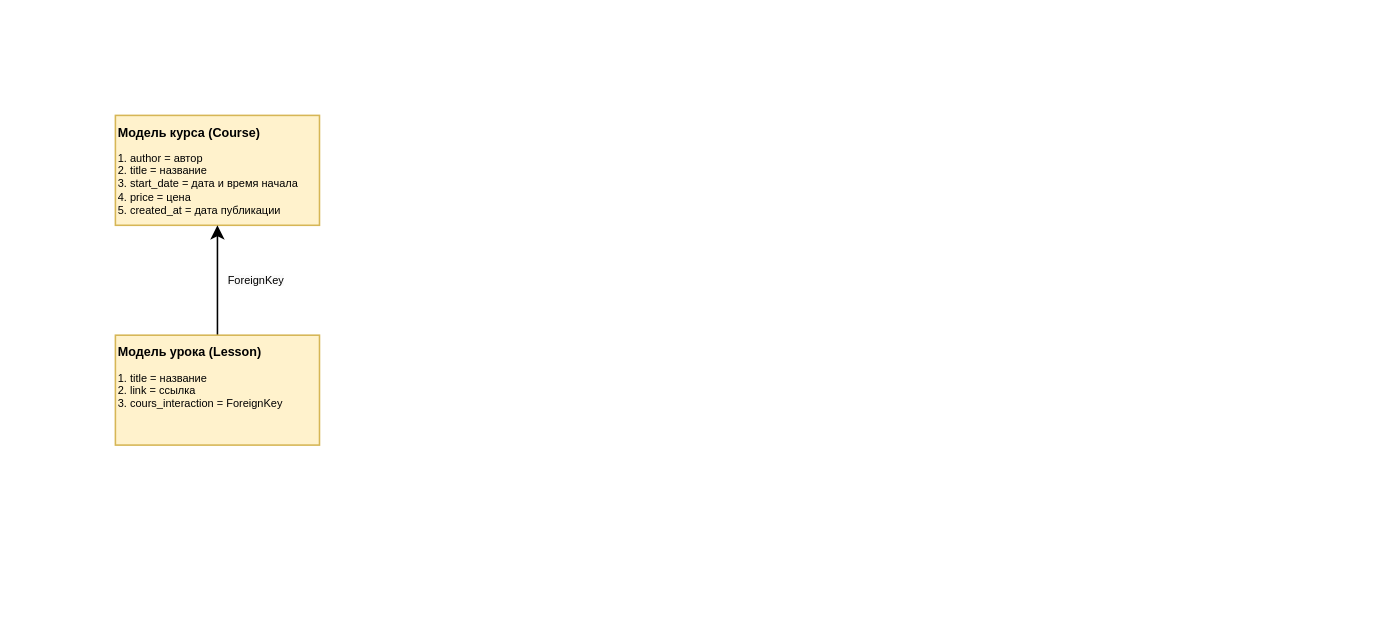
minkeviiich/TestWeather keeps this draw.io diagram as Диаграмма без названия.drawio. Above is the earlier version. Source tidied: cells renumbered, new cells numbered last; positions are measured from the earlier drawing's top-left corner, leaving out a move shared by most shapes. Both pictures are drawn from the tidied source at 157%, with x=0, y=0 at pixel (115, 115).
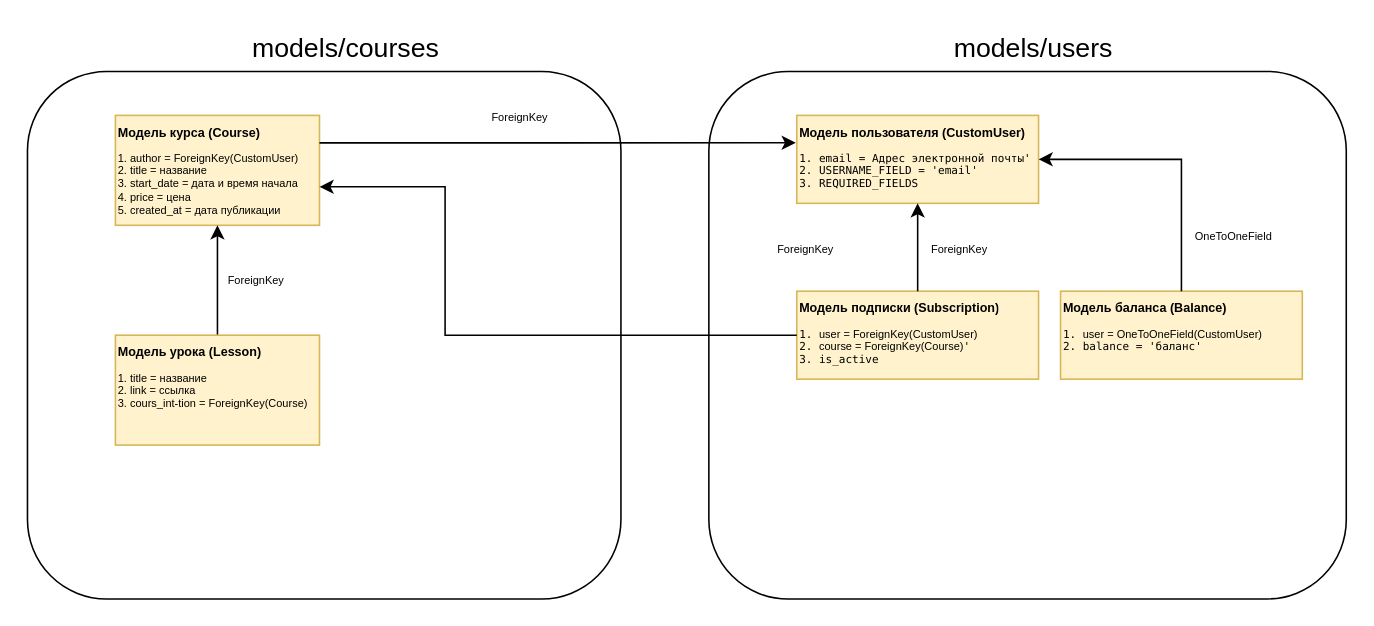
Above is the later version.

The edit, as a diff of the source:
```diff
@@
+    <mxCell id="8" style="rounded=1;whiteSpace=wrap;html=1;" parent="1" vertex="1">
+      <mxGeometry x="-56" y="-28" width="378" height="336" as="geometry" />
+    </mxCell>
@@
-    <mxCell id="3" value="&lt;h1 style=&quot;margin-top: 0px; font-size: 8px;&quot;&gt;Модель курса (Course)&lt;/h1&gt;&lt;p style=&quot;font-size: 7px;&quot;&gt;&lt;font style=&quot;font-size: 7px;&quot;&gt;1. author = автор&lt;br&gt;2. title = название&lt;br&gt;3. start_date = дата и время начала&amp;nbsp;&lt;br&gt;4. price = цена&lt;br&gt;5. created_at = дата публикации&lt;/font&gt;&lt;/p&gt;" style="text;html=1;whiteSpace=wrap;overflow=hidden;rounded=0;" parent="1" vertex="1">
+    <mxCell id="3" value="&lt;h1 style=&quot;margin-top: 0px; font-size: 8px;&quot;&gt;Модель курса (Course)&lt;/h1&gt;&lt;p style=&quot;font-size: 7px;&quot;&gt;&lt;font style=&quot;font-size: 7px;&quot;&gt;1. author = ForeignKey(CustomUser)&lt;br&gt;2. title = название&lt;br&gt;3. start_date = дата и время начала&amp;nbsp;&lt;br&gt;4. price = цена&lt;br&gt;5. created_at = дата публикации&lt;/font&gt;&lt;/p&gt;" style="text;html=1;whiteSpace=wrap;overflow=hidden;rounded=0;" parent="1" vertex="1">
       <mxGeometry width="130" height="70" as="geometry" />
     </mxCell>
@@
-    <mxCell id="6" value="&lt;h1 style=&quot;margin-top: 0px; font-size: 8px;&quot;&gt;Модель урока (Lesson)&lt;/h1&gt;&lt;p style=&quot;font-size: 7px;&quot;&gt;&lt;font style=&quot;font-size: 7px;&quot;&gt;1. title = название&lt;br&gt;2. link = ссылка&lt;br&gt;3. cours_interaction = ForeignKey&amp;nbsp;&amp;nbsp;&lt;br&gt;&lt;br&gt;&lt;/font&gt;&lt;/p&gt;" style="text;html=1;whiteSpace=wrap;overflow=hidden;rounded=0;" parent="1" vertex="1">
-      <mxGeometry y="140" width="130" height="50" as="geometry" />
+    <mxCell id="6" value="&lt;h1 style=&quot;margin-top: 0px; font-size: 8px;&quot;&gt;Модель урока (Lesson)&lt;/h1&gt;&lt;p style=&quot;font-size: 7px;&quot;&gt;&lt;font style=&quot;font-size: 7px;&quot;&gt;1. title = название&lt;br&gt;2. link = ссылка&lt;br&gt;3. cours_int-tion = ForeignKey(Course)&amp;nbsp;&amp;nbsp;&lt;br&gt;&lt;br&gt;&lt;/font&gt;&lt;/p&gt;" style="text;html=1;whiteSpace=wrap;overflow=hidden;rounded=0;" parent="1" vertex="1">
+      <mxGeometry y="140" width="130" height="56" as="geometry" />
     </mxCell>
-    <mxCell id="7" value="&lt;span style=&quot;color: rgb(0, 0, 0); font-family: Helvetica; font-size: 7px; font-style: normal; font-variant-ligatures: normal; font-variant-caps: normal; font-weight: 400; letter-spacing: normal; orphans: 2; text-align: left; text-indent: 0px; text-transform: none; widows: 2; word-spacing: 0px; -webkit-text-stroke-width: 0px; white-space: normal; background-color: rgb(251, 251, 251); text-decoration-thickness: initial; text-decoration-style: initial; text-decoration-color: initial; display: inline !important; float: none;&quot;&gt;ForeignKey&lt;/span&gt;" style="text;whiteSpace=wrap;html=1;" parent="1" vertex="1">
-      <mxGeometry x="70" y="90" width="70" height="40" as="geometry" />
-    </mxCell>
+    <mxCell id="9" value="&lt;font style=&quot;font-size: 17px;&quot;&gt;models/courses&lt;/font&gt;" style="text;html=1;align=center;verticalAlign=middle;whiteSpace=wrap;rounded=0;" parent="1" vertex="1">
+      <mxGeometry x="91" y="-56" width="112" height="28" as="geometry" />
+    </mxCell>
+    <mxCell id="10" style="rounded=1;whiteSpace=wrap;html=1;" parent="1" vertex="1">
+      <mxGeometry x="378" y="-28" width="406" height="336" as="geometry" />
+    </mxCell>
+    <mxCell id="11" value="&lt;font style=&quot;font-size: 17px;&quot;&gt;models/users&lt;/font&gt;" style="text;html=1;align=center;verticalAlign=middle;whiteSpace=wrap;rounded=0;" parent="1" vertex="1">
+      <mxGeometry x="529" y="-56" width="112" height="28" as="geometry" />
+    </mxCell>
+    <mxCell id="12" value="&lt;h1 style=&quot;line-height: 19px; white-space: pre;&quot;&gt;&lt;br&gt;&lt;/h1&gt;" style="rounded=0;whiteSpace=wrap;html=1;labelBackgroundColor=none;fillColor=#fff2cc;strokeColor=#d6b656;align=center;fontColor=default;verticalAlign=bottom;" parent="1" vertex="1">
+      <mxGeometry x="434" width="154" height="56" as="geometry" />
+    </mxCell>
+    <mxCell id="13" value="&lt;h1 style=&quot;margin-top: 0px; font-size: 8px;&quot;&gt;Модель пользователя (CustomUser)&lt;/h1&gt;&lt;p style=&quot;font-size: 7px;&quot;&gt;&lt;span style=&quot;font-family: &amp;quot;Droid Sans Mono&amp;quot;, &amp;quot;monospace&amp;quot;, monospace; white-space: pre;&quot;&gt;1. email = &lt;/span&gt;&lt;span style=&quot;font-family: &amp;quot;Droid Sans Mono&amp;quot;, &amp;quot;monospace&amp;quot;, monospace; white-space: pre;&quot;&gt;Адрес электронной почты'&lt;/span&gt;&lt;span style=&quot;font-family: &amp;quot;Droid Sans Mono&amp;quot;, &amp;quot;monospace&amp;quot;, monospace; white-space: pre;&quot;&gt;&lt;br&gt;&lt;/span&gt;&lt;span style=&quot;font-family: &amp;quot;Droid Sans Mono&amp;quot;, &amp;quot;monospace&amp;quot;, monospace; white-space: pre;&quot;&gt;2. USERNAME_FIELD = 'email'&lt;br&gt;&lt;/span&gt;&lt;span style=&quot;font-family: &amp;quot;Droid Sans Mono&amp;quot;, &amp;quot;monospace&amp;quot;, monospace; white-space: pre;&quot;&gt;3. REQUIRED_FIELDS &lt;/span&gt;&lt;br&gt;&lt;/p&gt;" style="text;html=1;whiteSpace=wrap;overflow=hidden;rounded=0;" parent="1" vertex="1">
+      <mxGeometry x="434" width="154" height="56" as="geometry" />
+    </mxCell>
+    <mxCell id="14" value="&lt;h1 style=&quot;line-height: 19px; white-space: pre;&quot;&gt;&lt;br&gt;&lt;/h1&gt;" style="rounded=0;whiteSpace=wrap;html=1;labelBackgroundColor=none;fillColor=#fff2cc;strokeColor=#d6b656;align=center;fontColor=default;verticalAlign=bottom;" parent="1" vertex="1">
+      <mxGeometry x="434" y="112" width="154" height="56" as="geometry" />
+    </mxCell>
+    <mxCell id="15" style="edgeStyle=orthogonalEdgeStyle;rounded=0;jettySize=auto;html=1;exitX=0.5;exitY=0;exitDx=0;exitDy=0;entryX=0.5;entryY=1;entryDx=0;entryDy=0;" parent="1" edge="1" source="16" target="13">
+      <mxGeometry relative="1" as="geometry" />
+    </mxCell>
+    <mxCell id="16" value="&lt;h1 style=&quot;margin-top: 0px; font-size: 8px;&quot;&gt;Модель подписки (Subscription)&lt;/h1&gt;&lt;p style=&quot;font-size: 7px;&quot;&gt;&lt;span style=&quot;font-family: &amp;quot;Droid Sans Mono&amp;quot;, &amp;quot;monospace&amp;quot;, monospace; white-space: pre;&quot;&gt;1. &lt;/span&gt;user = ForeignKey(CustomUser)&lt;span style=&quot;font-family: &amp;quot;Droid Sans Mono&amp;quot;, &amp;quot;monospace&amp;quot;, monospace; white-space: pre;&quot;&gt;&lt;br&gt;&lt;/span&gt;&lt;span style=&quot;font-family: &amp;quot;Droid Sans Mono&amp;quot;, &amp;quot;monospace&amp;quot;, monospace; white-space: pre;&quot;&gt;2. &lt;/span&gt;course = ForeignKey(Course)&lt;span style=&quot;font-family: &amp;quot;Droid Sans Mono&amp;quot;, &amp;quot;monospace&amp;quot;, monospace; white-space: pre;&quot;&gt;'&lt;br&gt;&lt;/span&gt;&lt;span style=&quot;font-family: &amp;quot;Droid Sans Mono&amp;quot;, &amp;quot;monospace&amp;quot;, monospace; white-space: pre;&quot;&gt;3. is_active  &lt;/span&gt;&lt;br&gt;&lt;/p&gt;" style="text;html=1;whiteSpace=wrap;overflow=hidden;rounded=0;" parent="1" vertex="1">
+      <mxGeometry x="434" y="112" width="154" height="56" as="geometry" />
+    </mxCell>
+    <mxCell id="17" style="edgeStyle=orthogonalEdgeStyle;rounded=0;jettySize=auto;html=1;exitX=0;exitY=0.5;exitDx=0;exitDy=0;entryX=1;entryY=0.5;entryDx=0;entryDy=0;" parent="1" edge="1" source="16">
+      <mxGeometry relative="1" as="geometry">
+        <mxPoint x="130" y="45.5" as="targetPoint" />
+        <Array as="points">
+          <mxPoint x="434" y="140" />
+          <mxPoint x="210" y="140" />
+          <mxPoint x="210" y="45" />
+        </Array>
+      </mxGeometry>
+    </mxCell>
+    <mxCell id="18" value="&lt;h1 style=&quot;line-height: 19px; white-space: pre;&quot;&gt;&lt;br&gt;&lt;/h1&gt;" style="rounded=0;whiteSpace=wrap;html=1;labelBackgroundColor=none;fillColor=#fff2cc;strokeColor=#d6b656;align=center;fontColor=default;verticalAlign=bottom;" parent="1" vertex="1">
+      <mxGeometry x="602" y="112" width="154" height="56" as="geometry" />
+    </mxCell>
+    <mxCell id="19" style="edgeStyle=orthogonalEdgeStyle;rounded=0;jettySize=auto;html=1;exitX=0.5;exitY=0;exitDx=0;exitDy=0;entryX=1;entryY=0.5;entryDx=0;entryDy=0;" parent="1" edge="1" source="20" target="13">
+      <mxGeometry relative="1" as="geometry" />
+    </mxCell>
+    <mxCell id="20" value="&lt;h1 style=&quot;margin-top: 0px; font-size: 8px;&quot;&gt;Модель баланса (Balance)&lt;/h1&gt;&lt;p style=&quot;font-size: 7px;&quot;&gt;&lt;span style=&quot;font-family: &amp;quot;Droid Sans Mono&amp;quot;, &amp;quot;monospace&amp;quot;, monospace; white-space: pre;&quot;&gt;1. &lt;/span&gt;user = OneToOneField(CustomUser)&lt;span style=&quot;font-family: &amp;quot;Droid Sans Mono&amp;quot;, &amp;quot;monospace&amp;quot;, monospace; white-space: pre;&quot;&gt;&lt;br&gt;&lt;/span&gt;&lt;span style=&quot;font-family: &amp;quot;Droid Sans Mono&amp;quot;, &amp;quot;monospace&amp;quot;, monospace; white-space: pre;&quot;&gt;2. balance = 'баланс'&lt;br&gt;&lt;/span&gt;&lt;br&gt;&lt;/p&gt;" style="text;html=1;whiteSpace=wrap;overflow=hidden;rounded=0;" parent="1" vertex="1">
+      <mxGeometry x="602" y="112" width="154" height="56" as="geometry" />
+    </mxCell>
+    <mxCell id="21" value="&lt;span style=&quot;font-size: 7px;&quot;&gt;OneToOneField&lt;/span&gt;" style="text;whiteSpace=wrap;html=1;" parent="1" vertex="1">
+      <mxGeometry x="686" y="62" width="56" height="28" as="geometry" />
+    </mxCell>
+    <mxCell id="22" value="&lt;span style=&quot;font-size: 7px;&quot;&gt;ForeignKey&lt;/span&gt;" style="text;whiteSpace=wrap;html=1;" parent="1" vertex="1">
+      <mxGeometry x="518" y="70" width="56" height="28" as="geometry" />
+    </mxCell>
+    <mxCell id="23" value="&lt;span style=&quot;font-size: 7px;&quot;&gt;ForeignKey&lt;/span&gt;" style="text;whiteSpace=wrap;html=1;" parent="1" vertex="1">
+      <mxGeometry x="420" y="70" width="56" height="28" as="geometry" />
+    </mxCell>
+    <mxCell id="24" value="&lt;span style=&quot;font-size: 7px;&quot;&gt;ForeignKey&lt;/span&gt;" style="text;whiteSpace=wrap;html=1;" parent="1" vertex="1">
+      <mxGeometry x="70" y="90" width="56" height="28" as="geometry" />
+    </mxCell>
+    <mxCell id="25" style="edgeStyle=orthogonalEdgeStyle;rounded=0;jettySize=auto;html=1;exitX=1;exitY=0.25;exitDx=0;exitDy=0;entryX=-0.004;entryY=0.311;entryDx=0;entryDy=0;entryPerimeter=0;" parent="1" edge="1" source="3" target="13">
+      <mxGeometry relative="1" as="geometry" />
+    </mxCell>
+    <mxCell id="26" value="&lt;span style=&quot;font-size: 7px;&quot;&gt;ForeignKey&lt;/span&gt;" style="text;whiteSpace=wrap;html=1;" parent="1" vertex="1">
+      <mxGeometry x="238" y="-14" width="56" height="28" as="geometry" />
+    </mxCell>
```
